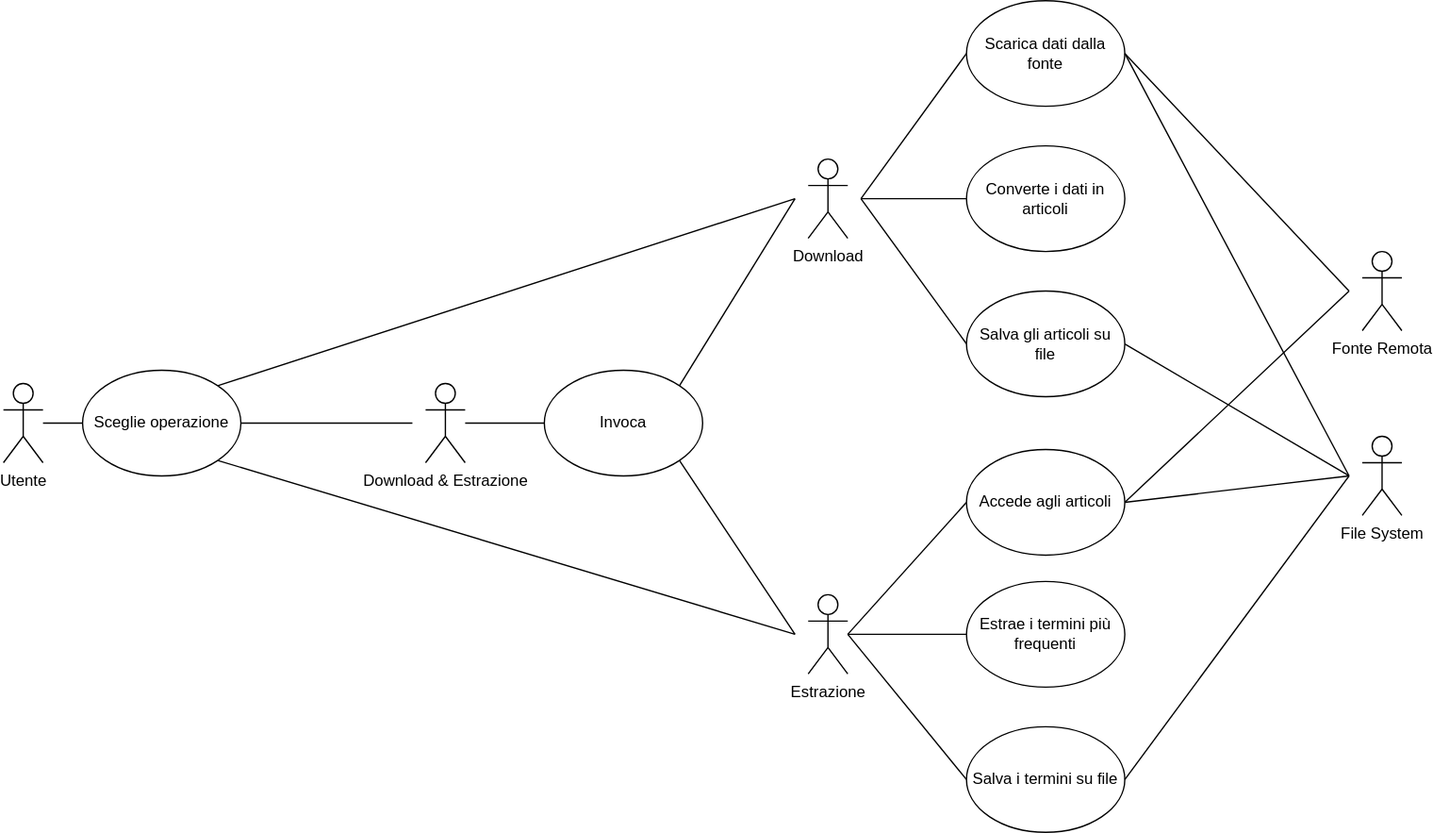
The draw.io diagram src/site/resources/use_cases_diagram.svg in andreee13/eis-app-public, before a commit. Source tidied: cells renumbered, new cells last; positions are measured from the earlier drawing's top-left corner, leaving out a move shared by most shapes.
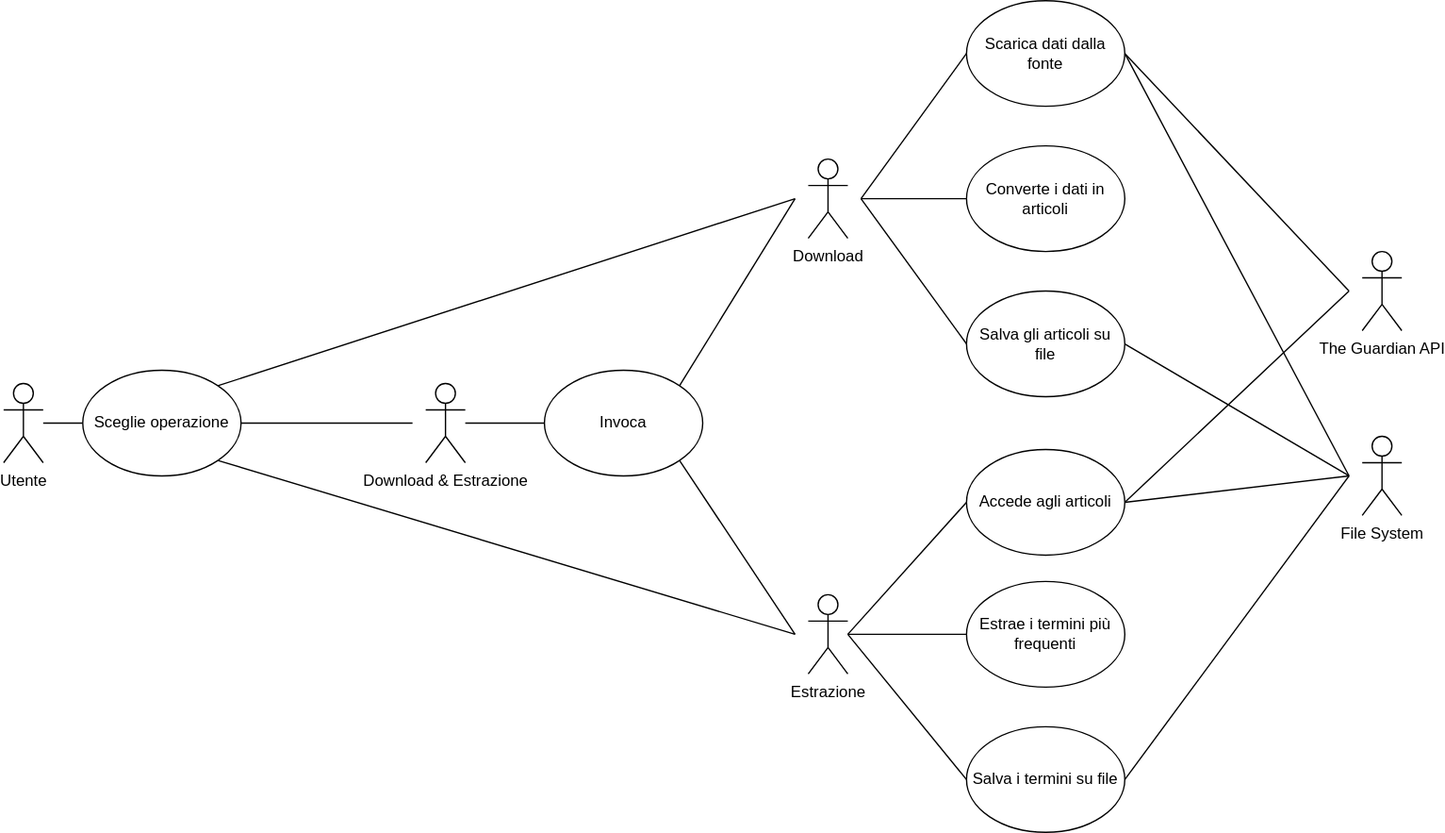
After the change.

Change to the diagram source:
```diff
@@ -17,7 +17,7 @@
     <mxCell id="6" value="Estrazione" style="shape=umlActor;verticalLabelPosition=bottom;verticalAlign=top;html=1;outlineConnect=0;labelBackgroundColor=none;" parent="1" vertex="1">
       <mxGeometry x="610" y="450" width="30" height="60" as="geometry" />
     </mxCell>
-    <mxCell id="7" value="Fonte Remota" style="shape=umlActor;verticalLabelPosition=bottom;verticalAlign=top;html=1;labelBackgroundColor=none;" parent="1" vertex="1">
+    <mxCell id="7" value="The Guardian API" style="shape=umlActor;verticalLabelPosition=bottom;verticalAlign=top;html=1;labelBackgroundColor=none;" parent="1" vertex="1">
       <mxGeometry x="1030" y="190" width="30" height="60" as="geometry" />
     </mxCell>
     <mxCell id="8" value="File System" style="shape=umlActor;verticalLabelPosition=bottom;verticalAlign=top;html=1;labelBackgroundColor=none;" parent="1" vertex="1">
```
